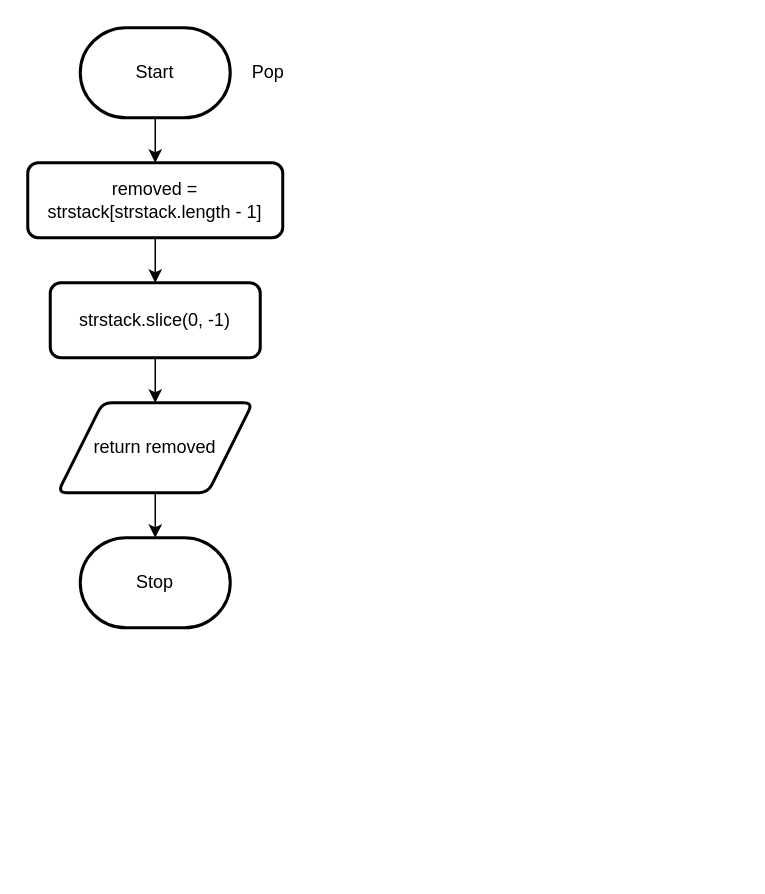
Samuel-Webster-178/ICS4U-Unit2-Samuel-Webster keeps this draw.io diagram as Unit2-02/Design/flowchart.drawio. Above is the earlier version. Source tidied: cells renumbered, new cells numbered last; positions are measured from the earlier drawing's top-left corner, leaving out a move shared by most shapes. Both pictures are drawn from the tidied source at 150%, with x=0, y=0 at pixel (27, 27).
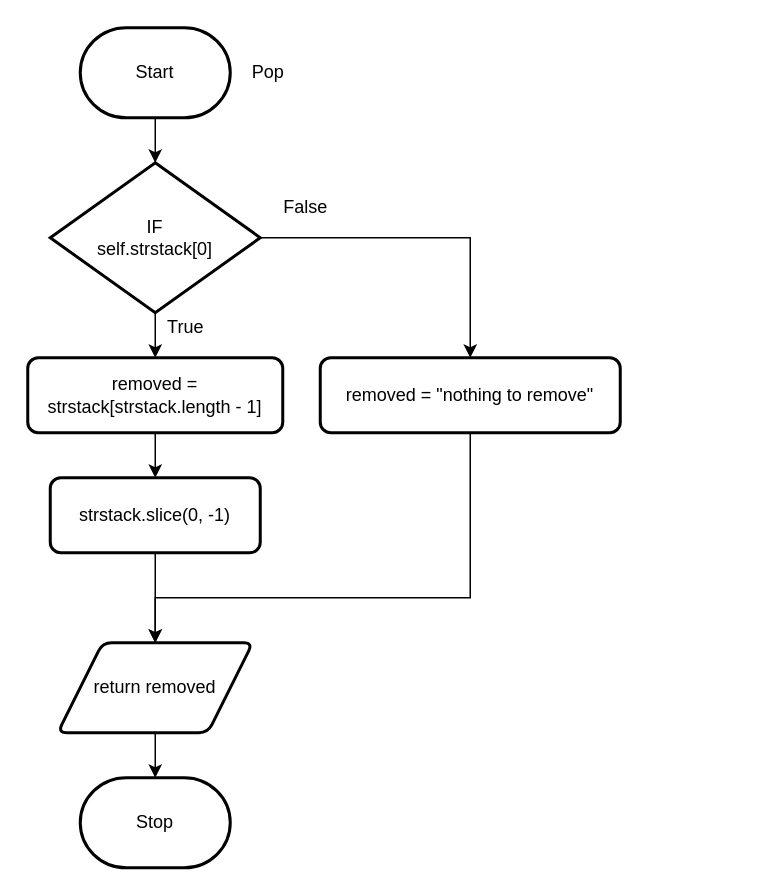
After the change.

What changed in the source:
```diff
@@
-    <mxCell id="6" style="edgeStyle=orthogonalEdgeStyle;shape=connector;rounded=0;html=1;labelBackgroundColor=default;strokeColor=default;fontFamily=Helvetica;fontSize=11;fontColor=default;endArrow=classic;entryX=0.5;entryY=0;entryDx=0;entryDy=0;" parent="1" edge="1" source="7" target="9">
+    <mxCell id="6" style="edgeStyle=orthogonalEdgeStyle;shape=connector;rounded=0;html=1;entryX=0.5;entryY=0;entryDx=0;entryDy=0;labelBackgroundColor=default;strokeColor=default;fontFamily=Helvetica;fontSize=11;fontColor=default;endArrow=classic;" parent="1" edge="1" source="7" target="9">
       <mxGeometry relative="1" as="geometry" />
     </mxCell>
     <mxCell id="7" value="strstack.slice(0, -1)" style="rounded=1;whiteSpace=wrap;html=1;absoluteArcSize=1;arcSize=14;strokeWidth=2;" parent="1" vertex="1">
-      <mxGeometry x="15" y="170" width="140" height="50" as="geometry" />
+      <mxGeometry x="15" y="300" width="140" height="50" as="geometry" />
     </mxCell>
@@
     <mxCell id="9" value="return removed" style="shape=parallelogram;html=1;strokeWidth=2;perimeter=parallelogramPerimeter;whiteSpace=wrap;rounded=1;arcSize=12;size=0.23;" parent="1" vertex="1">
-      <mxGeometry x="20" y="250" width="130" height="60" as="geometry" />
+      <mxGeometry x="20" y="410" width="130" height="60" as="geometry" />
     </mxCell>
     <mxCell id="10" value="Stop" style="strokeWidth=2;html=1;shape=mxgraph.flowchart.terminator;whiteSpace=wrap;" parent="1" vertex="1">
-      <mxGeometry x="35" y="340" width="100" height="60" as="geometry" />
+      <mxGeometry x="35" y="500" width="100" height="60" as="geometry" />
     </mxCell>
     <mxCell id="11" value="removed = strstack[strstack.length - 1]" style="rounded=1;whiteSpace=wrap;html=1;absoluteArcSize=1;arcSize=14;strokeWidth=2;" parent="1" vertex="1">
-      <mxGeometry y="90" width="170" height="50" as="geometry" />
+      <mxGeometry y="220" width="170" height="50" as="geometry" />
     </mxCell>
+    <mxCell id="12" value="&lt;div style=&quot;color: rgb(59, 59, 59); background-color: rgb(255, 255, 255); font-family: Consolas, &amp;quot;Courier New&amp;quot;, monospace; font-weight: normal; font-size: 14px; line-height: 19px;&quot;&gt;&lt;br&gt;&lt;/div&gt;" style="text;whiteSpace=wrap;html=1;" parent="1" vertex="1">
+      <mxGeometry x="315" y="60" width="160" height="40" as="geometry" />
+    </mxCell>
+    <mxCell id="13" style="edgeStyle=none;html=1;" parent="1" edge="1" source="15" target="11">
+      <mxGeometry relative="1" as="geometry" />
+    </mxCell>
+    <mxCell id="14" style="edgeStyle=orthogonalEdgeStyle;html=1;entryX=0.5;entryY=0;entryDx=0;entryDy=0;rounded=0;" parent="1" edge="1" source="15" target="19">
+      <mxGeometry relative="1" as="geometry" />
+    </mxCell>
+    <mxCell id="15" value="IF&lt;br&gt;self.strstack[0]" style="strokeWidth=2;html=1;shape=mxgraph.flowchart.decision;whiteSpace=wrap;" parent="1" vertex="1">
+      <mxGeometry x="15" y="90" width="140" height="100" as="geometry" />
+    </mxCell>
+    <mxCell id="16" value="True" style="text;html=1;align=center;verticalAlign=middle;strokeColor=none;fillColor=none;" parent="1" vertex="1">
+      <mxGeometry x="80" y="185" width="50" height="30" as="geometry" />
+    </mxCell>
+    <mxCell id="17" value="False" style="text;html=1;align=center;verticalAlign=middle;strokeColor=none;fillColor=none;" parent="1" vertex="1">
+      <mxGeometry x="160" y="105" width="50" height="30" as="geometry" />
+    </mxCell>
+    <mxCell id="18" style="edgeStyle=orthogonalEdgeStyle;shape=connector;rounded=0;html=1;entryX=0.5;entryY=0;entryDx=0;entryDy=0;labelBackgroundColor=default;strokeColor=default;fontFamily=Helvetica;fontSize=11;fontColor=default;endArrow=classic;exitX=0.5;exitY=1;exitDx=0;exitDy=0;" parent="1" edge="1" source="19" target="9">
+      <mxGeometry relative="1" as="geometry">
+        <Array as="points">
+          <mxPoint x="295" y="380" />
+          <mxPoint x="85" y="380" />
+        </Array>
+      </mxGeometry>
+    </mxCell>
+    <mxCell id="19" value="removed = &quot;nothing to remove&quot;" style="rounded=1;whiteSpace=wrap;html=1;absoluteArcSize=1;arcSize=14;strokeWidth=2;" parent="1" vertex="1">
+      <mxGeometry x="195" y="220" width="200" height="50" as="geometry" />
+    </mxCell>
```
